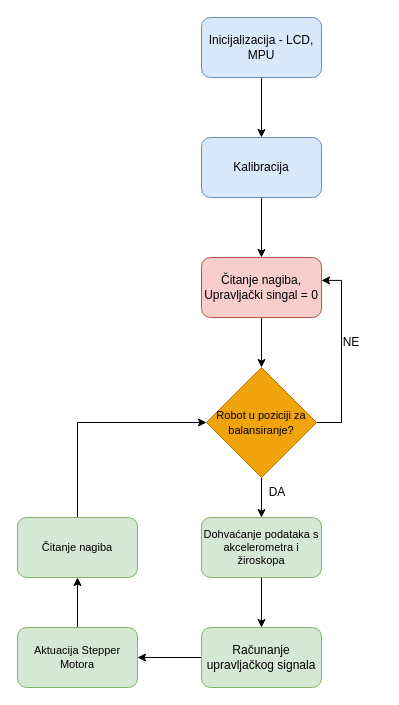
Earlier version of the draw.io diagram Diagrams&Schematics/basic_program_flow_diagram.drawio (bruno-zahirovic/Self-Balancing-Robot). Source tidied: cells renumbered, new cells numbered last; positions are measured from the earlier drawing's top-left corner, leaving out a move shared by most shapes. Both pictures are drawn from the tidied source at 100%, with x=0, y=0 at pixel (17, 17).
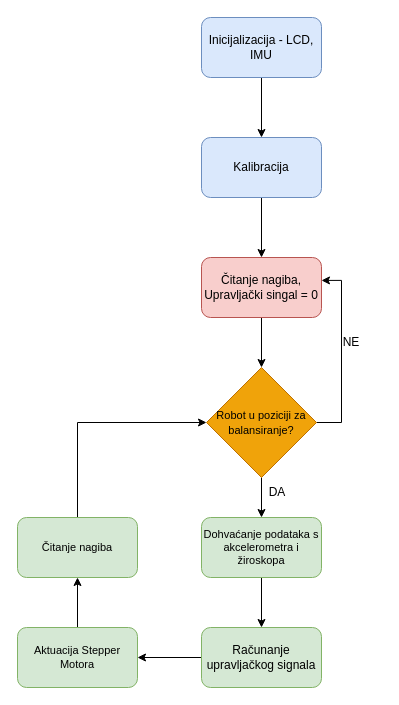
The same diagram, later.

Diff of the diagram source:
```diff
@@
-    <mxCell id="5" value="Inicijalizacija - LCD, MPU" style="rounded=1;whiteSpace=wrap;html=1;fillColor=#dae8fc;strokeColor=#6c8ebf;" parent="1" vertex="1">
+    <mxCell id="5" value="Inicijalizacija - LCD, IMU" style="rounded=1;whiteSpace=wrap;html=1;fillColor=#dae8fc;strokeColor=#6c8ebf;" parent="1" vertex="1">
       <mxGeometry x="184" width="120" height="60" as="geometry" />
     </mxCell>
```
